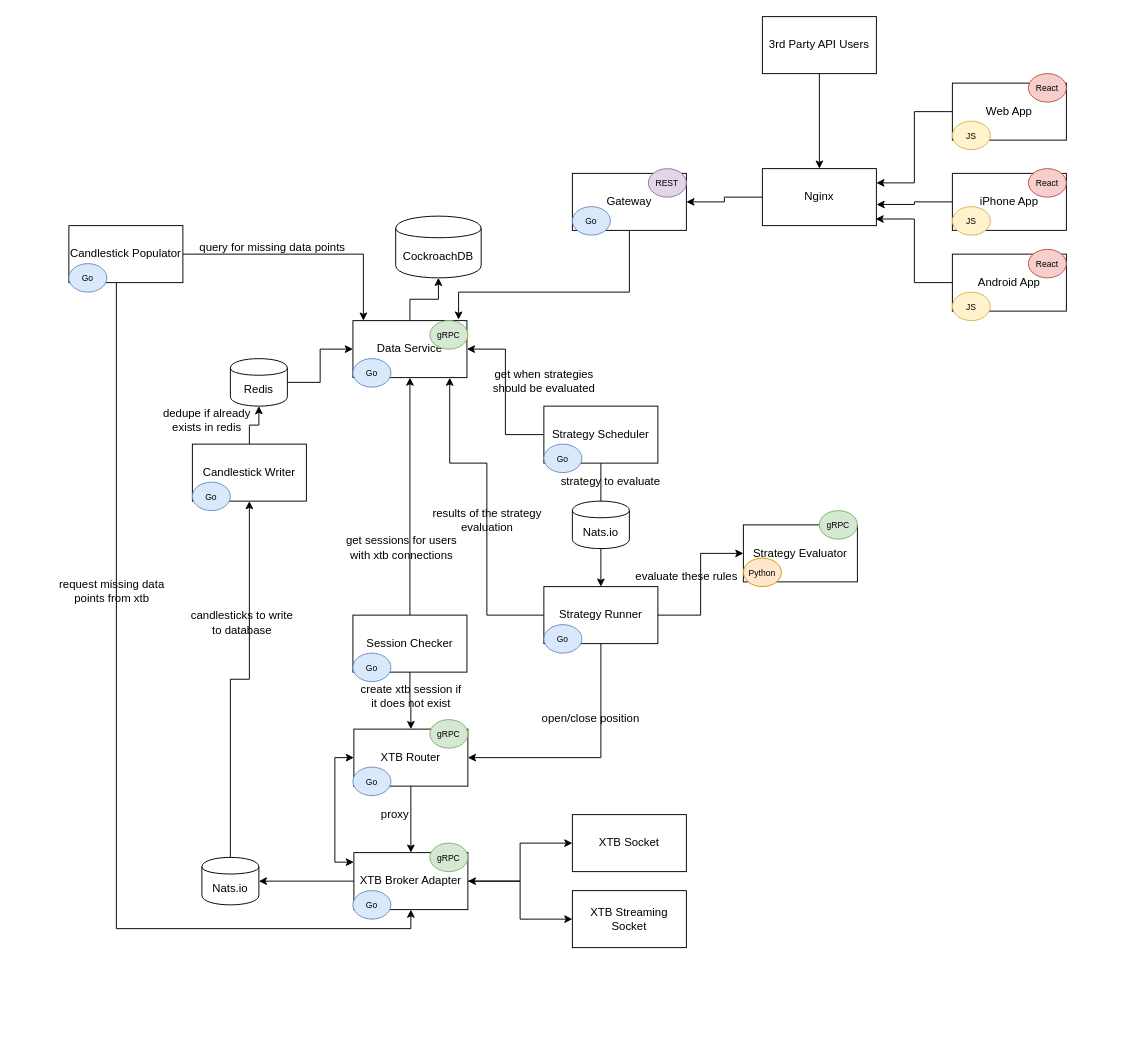
Above: diagram.drawio in ducc/kwont (draw.io), before the change. Source tidied: cells renumbered, new cells numbered last; positions are measured from the earlier drawing's top-left corner, leaving out a move shared by most shapes. Both pictures are drawn from the tidied source at 95%, with x=0, y=0 at pixel (49, 16).
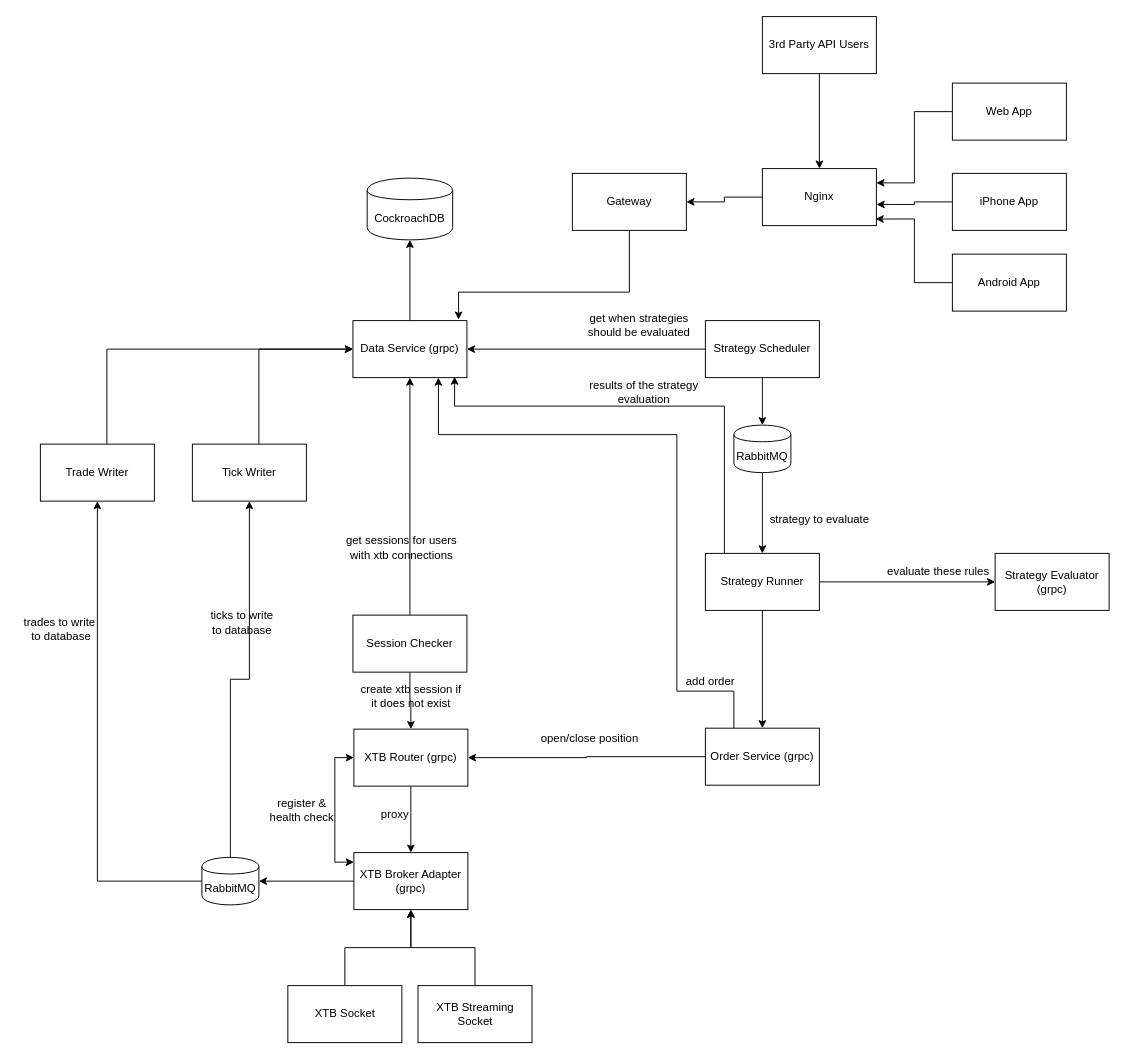
The same diagram, later.

Diff of the diagram source:
```diff
@@
-    <mxCell id="3" value="Data Service" style="rounded=0;whiteSpace=wrap;html=1;" parent="1" vertex="1">
+    <mxCell id="3" value="Data Service (grpc)" style="rounded=0;whiteSpace=wrap;html=1;" parent="1" vertex="1">
       <mxGeometry x="319" y="320" width="120" height="60" as="geometry" />
     </mxCell>
     <mxCell id="4" value="CockroachDB" style="shape=cylinder;whiteSpace=wrap;html=1;boundedLbl=1;backgroundOutline=1;" parent="1" vertex="1">
-      <mxGeometry x="364" y="210" width="90" height="65" as="geometry" />
+      <mxGeometry x="334" y="170" width="90" height="65" as="geometry" />
     </mxCell>
@@
-    <mxCell id="6" style="edgeStyle=orthogonalEdgeStyle;rounded=0;jettySize=auto;html=1;entryX=0;entryY=0.5;entryDx=0;entryDy=0;" parent="1" edge="1" source="9" target="62">
-      <mxGeometry relative="1" as="geometry" />
-    </mxCell>
-    <mxCell id="7" style="edgeStyle=orthogonalEdgeStyle;rounded=0;jettySize=auto;html=1;startArrow=classic;startFill=1;" parent="1" edge="1" source="9" target="63">
-      <mxGeometry relative="1" as="geometry" />
-    </mxCell>
@@
-    <mxCell id="9" value="XTB Broker Adapter" style="rounded=0;whiteSpace=wrap;html=1;" parent="1" vertex="1">
+    <mxCell id="9" value="XTB Broker Adapter (grpc)" style="rounded=0;whiteSpace=wrap;html=1;" parent="1" vertex="1">
       <mxGeometry x="320" y="880" width="120" height="60" as="geometry" />
     </mxCell>
@@
-    <mxCell id="11" value="XTB Router" style="rounded=0;whiteSpace=wrap;html=1;" parent="1" vertex="1">
+    <mxCell id="11" value="XTB Router (grpc)" style="rounded=0;whiteSpace=wrap;html=1;" parent="1" vertex="1">
       <mxGeometry x="320" y="750" width="120" height="60" as="geometry" />
     </mxCell>
-    <mxCell id="12" style="edgeStyle=orthogonalEdgeStyle;rounded=0;jettySize=auto;html=1;" parent="1" edge="1" source="13" target="17">
-      <mxGeometry relative="1" as="geometry" />
-    </mxCell>
+    <mxCell id="80" style="edgeStyle=orthogonalEdgeStyle;rounded=0;jettySize=auto;html=1;entryX=0;entryY=0.5;entryDx=0;entryDy=0;" parent="1" edge="1" source="13" target="3">
+      <mxGeometry relative="1" as="geometry">
+        <Array as="points">
+          <mxPoint x="220" y="350" />
+        </Array>
+      </mxGeometry>
+    </mxCell>
-    <mxCell id="13" value="Candlestick Writer" style="rounded=0;whiteSpace=wrap;html=1;" parent="1" vertex="1">
+    <mxCell id="13" value="Tick Writer" style="rounded=0;whiteSpace=wrap;html=1;" parent="1" vertex="1">
       <mxGeometry x="150" y="450" width="120" height="60" as="geometry" />
     </mxCell>
@@
+    <mxCell id="81" style="edgeStyle=orthogonalEdgeStyle;rounded=0;jettySize=auto;html=1;entryX=0.5;entryY=1;entryDx=0;entryDy=0;" parent="1" edge="1" source="15" target="84">
+      <mxGeometry relative="1" as="geometry" />
+    </mxCell>
-    <mxCell id="15" value="Nats.io" style="shape=cylinder;whiteSpace=wrap;html=1;boundedLbl=1;backgroundOutline=1;" parent="1" vertex="1">
+    <mxCell id="15" value="RabbitMQ" style="shape=cylinder;whiteSpace=wrap;html=1;boundedLbl=1;backgroundOutline=1;" parent="1" vertex="1">
       <mxGeometry x="160" y="885" width="60" height="50" as="geometry" />
     </mxCell>
-    <mxCell id="16" style="edgeStyle=orthogonalEdgeStyle;rounded=0;jettySize=auto;html=1;entryX=0;entryY=0.5;entryDx=0;entryDy=0;" parent="1" edge="1" source="17" target="3">
-      <mxGeometry relative="1" as="geometry" />
-    </mxCell>
-    <mxCell id="17" value="Redis" style="shape=cylinder;whiteSpace=wrap;html=1;boundedLbl=1;backgroundOutline=1;" parent="1" vertex="1">
-      <mxGeometry x="190" y="360" width="60" height="50" as="geometry" />
-    </mxCell>
@@
-    <mxCell id="19" style="edgeStyle=orthogonalEdgeStyle;rounded=0;jettySize=auto;html=1;entryX=1;entryY=0.5;entryDx=0;entryDy=0;" parent="1" edge="1" source="21" target="11">
-      <mxGeometry relative="1" as="geometry">
-        <Array as="points">
-          <mxPoint x="580" y="780" />
-        </Array>
-      </mxGeometry>
-    </mxCell>
-    <mxCell id="20" style="edgeStyle=orthogonalEdgeStyle;rounded=0;jettySize=auto;html=1;entryX=0.849;entryY=1.002;entryDx=0;entryDy=0;entryPerimeter=0;" parent="1" edge="1" source="21" target="3">
+    <mxCell id="20" style="edgeStyle=orthogonalEdgeStyle;rounded=0;jettySize=auto;html=1;entryX=0.892;entryY=0.983;entryDx=0;entryDy=0;entryPerimeter=0;" parent="1" edge="1" source="21" target="3">
       <mxGeometry relative="1" as="geometry">
         <Array as="points">
-          <mxPoint x="460" y="630" />
-          <mxPoint x="460" y="470" />
-          <mxPoint x="421" y="470" />
+          <mxPoint x="710" y="410" />
+          <mxPoint x="426" y="410" />
         </Array>
       </mxGeometry>
     </mxCell>
+    <mxCell id="82" style="edgeStyle=orthogonalEdgeStyle;rounded=0;jettySize=auto;html=1;" parent="1" edge="1" source="21" target="91">
+      <mxGeometry relative="1" as="geometry" />
+    </mxCell>
     <mxCell id="21" value="Strategy Runner" style="rounded=0;whiteSpace=wrap;html=1;" parent="1" vertex="1">
-      <mxGeometry x="520" y="600" width="120" height="60" as="geometry" />
+      <mxGeometry x="690" y="565" width="120" height="60" as="geometry" />
     </mxCell>
@@
-    <mxCell id="23" style="edgeStyle=orthogonalEdgeStyle;rounded=0;jettySize=auto;html=1;entryX=0.5;entryY=0;entryDx=0;entryDy=0;" parent="1" edge="1" source="24" target="21">
+    <mxCell id="23" style="edgeStyle=orthogonalEdgeStyle;rounded=0;jettySize=auto;html=1;entryX=0.5;entryY=0;entryDx=0;entryDy=0;" parent="1" edge="1" source="48" target="21">
       <mxGeometry relative="1" as="geometry" />
     </mxCell>
     <mxCell id="24" value="Strategy Scheduler" style="rounded=0;whiteSpace=wrap;html=1;" parent="1" vertex="1">
-      <mxGeometry x="520" y="410" width="120" height="60" as="geometry" />
+      <mxGeometry x="690" y="320" width="120" height="60" as="geometry" />
     </mxCell>
-    <mxCell id="25" value="Strategy Evaluator" style="rounded=0;whiteSpace=wrap;html=1;" parent="1" vertex="1">
-      <mxGeometry x="730" y="535" width="120" height="60" as="geometry" />
+    <mxCell id="25" value="Strategy Evaluator (grpc)" style="rounded=0;whiteSpace=wrap;html=1;" parent="1" vertex="1">
+      <mxGeometry x="995" y="565" width="120" height="60" as="geometry" />
     </mxCell>
-    <mxCell id="26" style="edgeStyle=orthogonalEdgeStyle;rounded=0;jettySize=auto;html=1;" parent="1" edge="1" source="28" target="3">
-      <mxGeometry relative="1" as="geometry">
-        <Array as="points">
-          <mxPoint x="330" y="250" />
-        </Array>
-      </mxGeometry>
-    </mxCell>
-    <mxCell id="27" style="edgeStyle=orthogonalEdgeStyle;rounded=0;jettySize=auto;html=1;entryX=0.5;entryY=1;entryDx=0;entryDy=0;" parent="1" edge="1" source="28" target="9">
-      <mxGeometry relative="1" as="geometry">
-        <Array as="points">
-          <mxPoint x="70" y="960" />
-          <mxPoint x="380" y="960" />
-        </Array>
-      </mxGeometry>
-    </mxCell>
-    <mxCell id="28" value="Candlestick Populator" style="rounded=0;whiteSpace=wrap;html=1;" parent="1" vertex="1">
-      <mxGeometry x="20" y="220" width="120" height="60" as="geometry" />
-    </mxCell>
@@
-    <mxCell id="44" value="&lt;font style=&quot;font-size: 9px&quot;&gt;Python&lt;/font&gt;" style="ellipse;whiteSpace=wrap;html=1;fillColor=#ffe6cc;strokeColor=#d79b00;" parent="1" vertex="1">
-      <mxGeometry x="730" y="570" width="40" height="30" as="geometry" />
-    </mxCell>
-    <mxCell id="45" value="&lt;font style=&quot;font-size: 9px&quot;&gt;JS&lt;/font&gt;" style="ellipse;whiteSpace=wrap;html=1;fillColor=#fff2cc;strokeColor=#d6b656;" parent="1" vertex="1">
-      <mxGeometry x="950" y="110" width="40" height="30" as="geometry" />
-    </mxCell>
-    <mxCell id="46" value="&lt;font style=&quot;font-size: 9px&quot;&gt;React&lt;/font&gt;" style="ellipse;whiteSpace=wrap;html=1;fillColor=#f8cecc;strokeColor=#b85450;" parent="1" vertex="1">
-      <mxGeometry x="1030" y="60" width="40" height="30" as="geometry" />
-    </mxCell>
-    <mxCell id="47" value="&lt;font style=&quot;font-size: 9px&quot;&gt;gRPC&lt;/font&gt;" style="ellipse;whiteSpace=wrap;html=1;fillColor=#d5e8d4;strokeColor=#82b366;" parent="1" vertex="1">
-      <mxGeometry x="400" y="320" width="40" height="30" as="geometry" />
-    </mxCell>
-    <mxCell id="48" value="Nats.io" style="shape=cylinder;whiteSpace=wrap;html=1;boundedLbl=1;backgroundOutline=1;" parent="1" vertex="1">
-      <mxGeometry x="550" y="510" width="60" height="50" as="geometry" />
-    </mxCell>
-    <mxCell id="49" value="&lt;font style=&quot;font-size: 9px&quot;&gt;gRPC&lt;/font&gt;" style="ellipse;whiteSpace=wrap;html=1;fillColor=#d5e8d4;strokeColor=#82b366;" parent="1" vertex="1">
-      <mxGeometry x="400" y="740" width="40" height="30" as="geometry" />
-    </mxCell>
-    <mxCell id="50" value="&lt;font style=&quot;font-size: 9px&quot;&gt;gRPC&lt;/font&gt;" style="ellipse;whiteSpace=wrap;html=1;fillColor=#d5e8d4;strokeColor=#82b366;" parent="1" vertex="1">
-      <mxGeometry x="400" y="870" width="40" height="30" as="geometry" />
-    </mxCell>
-    <mxCell id="51" value="&lt;font style=&quot;font-size: 9px&quot;&gt;gRPC&lt;/font&gt;" style="ellipse;whiteSpace=wrap;html=1;fillColor=#d5e8d4;strokeColor=#82b366;" parent="1" vertex="1">
-      <mxGeometry x="810" y="520" width="40" height="30" as="geometry" />
-    </mxCell>
-    <mxCell id="52" value="&lt;font style=&quot;font-size: 9px&quot;&gt;Go&lt;/font&gt;" style="ellipse;whiteSpace=wrap;html=1;fillColor=#dae8fc;strokeColor=#6c8ebf;" parent="1" vertex="1">
-      <mxGeometry x="550" y="200" width="40" height="30" as="geometry" />
-    </mxCell>
-    <mxCell id="53" value="&lt;font style=&quot;font-size: 9px&quot;&gt;Go&lt;/font&gt;" style="ellipse;whiteSpace=wrap;html=1;fillColor=#dae8fc;strokeColor=#6c8ebf;" parent="1" vertex="1">
-      <mxGeometry x="319" y="360" width="40" height="30" as="geometry" />
-    </mxCell>
-    <mxCell id="54" value="&lt;font style=&quot;font-size: 9px&quot;&gt;Go&lt;/font&gt;" style="ellipse;whiteSpace=wrap;html=1;fillColor=#dae8fc;strokeColor=#6c8ebf;" parent="1" vertex="1">
-      <mxGeometry x="520" y="640" width="40" height="30" as="geometry" />
-    </mxCell>
-    <mxCell id="55" value="&lt;font style=&quot;font-size: 9px&quot;&gt;Go&lt;/font&gt;" style="ellipse;whiteSpace=wrap;html=1;fillColor=#dae8fc;strokeColor=#6c8ebf;" parent="1" vertex="1">
-      <mxGeometry x="319" y="790" width="40" height="30" as="geometry" />
-    </mxCell>
-    <mxCell id="56" value="&lt;font style=&quot;font-size: 9px&quot;&gt;Go&lt;/font&gt;" style="ellipse;whiteSpace=wrap;html=1;fillColor=#dae8fc;strokeColor=#6c8ebf;" parent="1" vertex="1">
-      <mxGeometry x="319" y="920" width="40" height="30" as="geometry" />
-    </mxCell>
-    <mxCell id="57" value="&lt;font style=&quot;font-size: 9px&quot;&gt;Go&lt;/font&gt;" style="ellipse;whiteSpace=wrap;html=1;fillColor=#dae8fc;strokeColor=#6c8ebf;" parent="1" vertex="1">
-      <mxGeometry x="150" y="490" width="40" height="30" as="geometry" />
-    </mxCell>
-    <mxCell id="58" value="&lt;font style=&quot;font-size: 9px&quot;&gt;Go&lt;/font&gt;" style="ellipse;whiteSpace=wrap;html=1;fillColor=#dae8fc;strokeColor=#6c8ebf;" parent="1" vertex="1">
-      <mxGeometry x="20" y="260" width="40" height="30" as="geometry" />
-    </mxCell>
-    <mxCell id="59" value="&lt;font style=&quot;font-size: 9px&quot;&gt;Go&lt;/font&gt;" style="ellipse;whiteSpace=wrap;html=1;fillColor=#dae8fc;strokeColor=#6c8ebf;" parent="1" vertex="1">
-      <mxGeometry x="520" y="450" width="40" height="30" as="geometry" />
-    </mxCell>
-    <mxCell id="60" value="&lt;font style=&quot;font-size: 9px&quot;&gt;Go&lt;/font&gt;" style="ellipse;whiteSpace=wrap;html=1;fillColor=#dae8fc;strokeColor=#6c8ebf;" parent="1" vertex="1">
-      <mxGeometry x="319" y="670" width="40" height="30" as="geometry" />
-    </mxCell>
-    <mxCell id="61" value="&lt;font style=&quot;font-size: 9px&quot;&gt;REST&lt;/font&gt;" style="ellipse;whiteSpace=wrap;html=1;fillColor=#e1d5e7;strokeColor=#9673a6;" parent="1" vertex="1">
-      <mxGeometry x="630" y="160" width="40" height="30" as="geometry" />
-    </mxCell>
-    <mxCell id="62" value="XTB Socket" style="rounded=0;whiteSpace=wrap;html=1;" parent="1" vertex="1">
-      <mxGeometry x="550" y="840" width="120" height="60" as="geometry" />
-    </mxCell>
-    <mxCell id="63" value="XTB Streaming Socket" style="rounded=0;whiteSpace=wrap;html=1;" parent="1" vertex="1">
-      <mxGeometry x="550" y="920" width="120" height="60" as="geometry" />
-    </mxCell>
-    <mxCell id="64" value="&lt;font style=&quot;font-size: 9px&quot;&gt;React&lt;/font&gt;" style="ellipse;whiteSpace=wrap;html=1;fillColor=#f8cecc;strokeColor=#b85450;" parent="1" vertex="1">
-      <mxGeometry x="1030" y="160" width="40" height="30" as="geometry" />
-    </mxCell>
-    <mxCell id="65" value="&lt;font style=&quot;font-size: 9px&quot;&gt;React&lt;/font&gt;" style="ellipse;whiteSpace=wrap;html=1;fillColor=#f8cecc;strokeColor=#b85450;" parent="1" vertex="1">
-      <mxGeometry x="1030" y="245" width="40" height="30" as="geometry" />
-    </mxCell>
-    <mxCell id="66" value="&lt;font style=&quot;font-size: 9px&quot;&gt;JS&lt;/font&gt;" style="ellipse;whiteSpace=wrap;html=1;fillColor=#fff2cc;strokeColor=#d6b656;" parent="1" vertex="1">
-      <mxGeometry x="950" y="200" width="40" height="30" as="geometry" />
-    </mxCell>
-    <mxCell id="67" value="&lt;font style=&quot;font-size: 9px&quot;&gt;JS&lt;/font&gt;" style="ellipse;whiteSpace=wrap;html=1;fillColor=#fff2cc;strokeColor=#d6b656;" parent="1" vertex="1">
-      <mxGeometry x="950" y="290" width="40" height="30" as="geometry" />
-    </mxCell>
-    <mxCell id="68" value="query for missing data points" style="text;html=1;align=center;verticalAlign=middle;" parent="1" vertex="1">
-      <mxGeometry x="149" y="232.5" width="170" height="20" as="geometry" />
-    </mxCell>
-    <mxCell id="69" value="request missing data &lt;br&gt;points from xtb" style="text;html=1;align=center;verticalAlign=middle;" parent="1" vertex="1">
-      <mxGeometry y="590" width="130" height="30" as="geometry" />
-    </mxCell>
     <mxCell id="70" value="get when strategies &lt;br&gt;should be evaluated" style="text;html=1;align=center;verticalAlign=middle;" parent="1" vertex="1">
-      <mxGeometry x="460" y="369" width="120" height="30" as="geometry" />
+      <mxGeometry x="560" y="310" width="120" height="30" as="geometry" />
     </mxCell>
-    <mxCell id="71" value="strategy to evaluate" style="text;html=1;align=center;verticalAlign=middle;" parent="1" vertex="1">
-      <mxGeometry x="530" y="480" width="120" height="20" as="geometry" />
+    <mxCell id="71" value="strategy to evaluate" style="text;html=1;align=center;verticalAlign=middle;rotation=0;" parent="1" vertex="1">
+      <mxGeometry x="750" y="520" width="120" height="20" as="geometry" />
     </mxCell>
     <mxCell id="72" value="evaluate these rules" style="text;html=1;align=center;verticalAlign=middle;" parent="1" vertex="1">
-      <mxGeometry x="610" y="580" width="120" height="20" as="geometry" />
+      <mxGeometry x="875" y="574" width="120" height="20" as="geometry" />
     </mxCell>
     <mxCell id="73" value="results of the strategy&lt;br&gt;evaluation" style="text;html=1;align=center;verticalAlign=middle;" parent="1" vertex="1">
-      <mxGeometry x="395" y="515" width="130" height="30" as="geometry" />
+      <mxGeometry x="560" y="380" width="130" height="30" as="geometry" />
     </mxCell>
     <mxCell id="74" value="open/close position" style="text;html=1;align=center;verticalAlign=middle;" parent="1" vertex="1">
-      <mxGeometry x="509" y="729" width="120" height="20" as="geometry" />
+      <mxGeometry x="507.5" y="750" width="120" height="20" as="geometry" />
     </mxCell>
@@
-    <mxCell id="78" value="candlesticks to write&lt;br&gt;to database" style="text;html=1;align=center;verticalAlign=middle;" parent="1" vertex="1">
-      <mxGeometry x="142" y="623" width="120" height="30" as="geometry" />
+    <mxCell id="78" value="ticks to write&lt;br&gt;to database" style="text;html=1;align=center;verticalAlign=middle;" parent="1" vertex="1">
+      <mxGeometry x="162" y="623" width="80" height="30" as="geometry" />
     </mxCell>
-    <mxCell id="79" value="dedupe if already &lt;br&gt;exists in redis" style="text;html=1;align=center;verticalAlign=middle;" parent="1" vertex="1">
-      <mxGeometry x="110" y="410" width="110" height="30" as="geometry" />
-    </mxCell>
+    <mxCell id="83" style="edgeStyle=orthogonalEdgeStyle;rounded=0;jettySize=auto;html=1;entryX=0;entryY=0.5;entryDx=0;entryDy=0;" parent="1" edge="1" source="84" target="3">
+      <mxGeometry relative="1" as="geometry">
+        <Array as="points">
+          <mxPoint x="60" y="350" />
+        </Array>
+      </mxGeometry>
+    </mxCell>
+    <mxCell id="84" value="Trade Writer" style="rounded=0;whiteSpace=wrap;html=1;" parent="1" vertex="1">
+      <mxGeometry x="-10" y="450" width="120" height="60" as="geometry" />
+    </mxCell>
+    <mxCell id="85" value="trades to write&lt;br&gt;&amp;nbsp;to database" style="text;html=1;align=center;verticalAlign=middle;" parent="1" vertex="1">
+      <mxGeometry x="-35" y="630" width="90" height="30" as="geometry" />
+    </mxCell>
+    <mxCell id="86" style="edgeStyle=orthogonalEdgeStyle;rounded=0;jettySize=auto;html=1;" parent="1" edge="1" source="62" target="9">
+      <mxGeometry relative="1" as="geometry" />
+    </mxCell>
+    <mxCell id="62" value="XTB Socket" style="rounded=0;whiteSpace=wrap;html=1;" parent="1" vertex="1">
+      <mxGeometry x="250.5" y="1020" width="120" height="60" as="geometry" />
+    </mxCell>
+    <mxCell id="87" style="edgeStyle=orthogonalEdgeStyle;rounded=0;jettySize=auto;html=1;" parent="1" edge="1" source="63">
+      <mxGeometry relative="1" as="geometry">
+        <mxPoint x="380" y="940" as="targetPoint" />
+        <Array as="points">
+          <mxPoint x="448" y="980" />
+          <mxPoint x="380" y="980" />
+        </Array>
+      </mxGeometry>
+    </mxCell>
+    <mxCell id="63" value="XTB Streaming Socket" style="rounded=0;whiteSpace=wrap;html=1;" parent="1" vertex="1">
+      <mxGeometry x="387.5" y="1020" width="120" height="60" as="geometry" />
+    </mxCell>
+    <mxCell id="48" value="RabbitMQ" style="shape=cylinder;whiteSpace=wrap;html=1;boundedLbl=1;backgroundOutline=1;" parent="1" vertex="1">
+      <mxGeometry x="720" y="430" width="60" height="50" as="geometry" />
+    </mxCell>
+    <mxCell id="88" style="edgeStyle=orthogonalEdgeStyle;rounded=0;jettySize=auto;html=1;entryX=0.5;entryY=0;entryDx=0;entryDy=0;" parent="1" edge="1" source="24" target="48">
+      <mxGeometry relative="1" as="geometry" />
+    </mxCell>
+    <mxCell id="89" style="edgeStyle=orthogonalEdgeStyle;rounded=0;jettySize=auto;html=1;entryX=1;entryY=0.5;entryDx=0;entryDy=0;" parent="1" edge="1" source="91" target="11">
+      <mxGeometry relative="1" as="geometry" />
+    </mxCell>
+    <mxCell id="90" style="edgeStyle=orthogonalEdgeStyle;rounded=0;jettySize=auto;html=1;entryX=0.75;entryY=1;entryDx=0;entryDy=0;" parent="1" edge="1" source="91" target="3">
+      <mxGeometry relative="1" as="geometry">
+        <Array as="points">
+          <mxPoint x="720" y="710" />
+          <mxPoint x="660" y="710" />
+          <mxPoint x="660" y="440" />
+          <mxPoint x="409" y="440" />
+        </Array>
+      </mxGeometry>
+    </mxCell>
+    <mxCell id="91" value="Order Service (grpc)" style="rounded=0;whiteSpace=wrap;html=1;" parent="1" vertex="1">
+      <mxGeometry x="690" y="749" width="120" height="60" as="geometry" />
+    </mxCell>
+    <mxCell id="92" value="add order" style="text;html=1;align=center;verticalAlign=middle;" parent="1" vertex="1">
+      <mxGeometry x="660" y="690" width="70" height="20" as="geometry" />
+    </mxCell>
+    <mxCell id="93" value="register &amp;amp; &lt;br&gt;health check" style="text;html=1;align=center;verticalAlign=middle;" parent="1" vertex="1">
+      <mxGeometry x="225" y="820" width="80" height="30" as="geometry" />
+    </mxCell>
```
